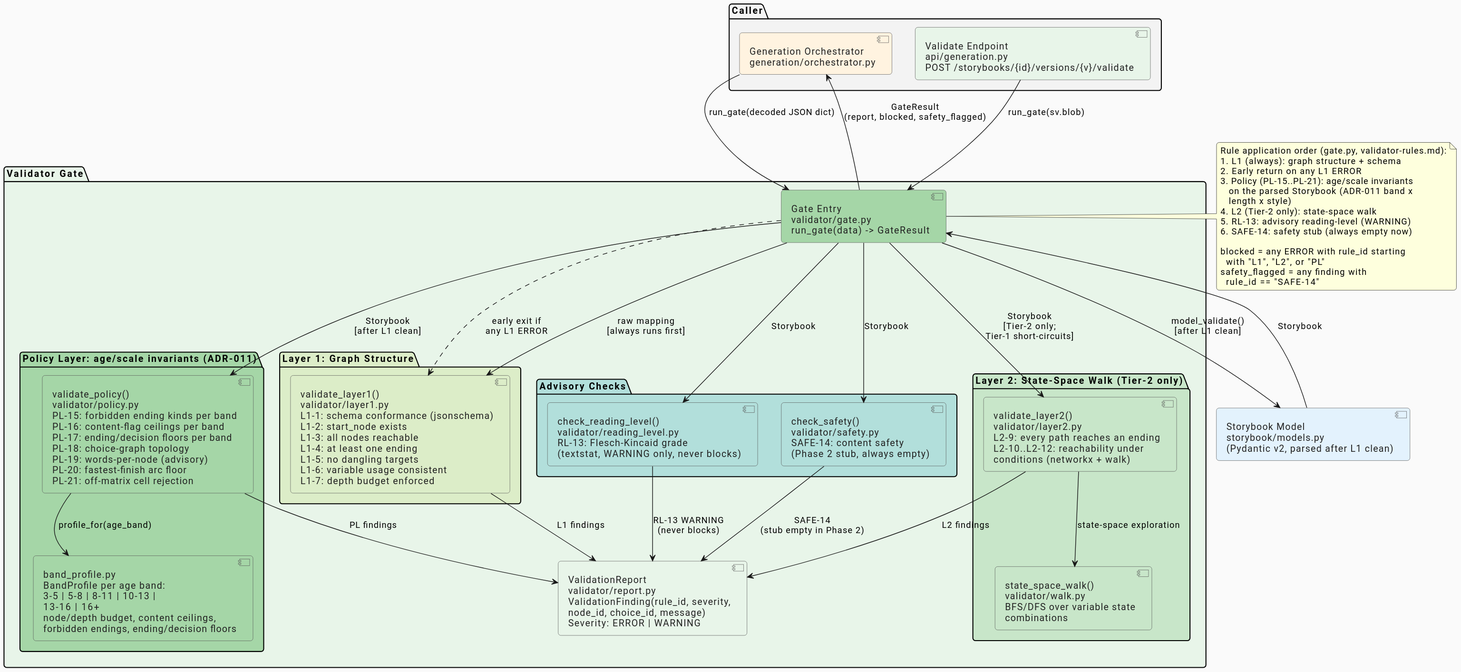
Before: docs/architecture/diagrams/component-validator.svg, a diagram exported from PlantUML (ByronWilliamsCPA/cyo-adventure).
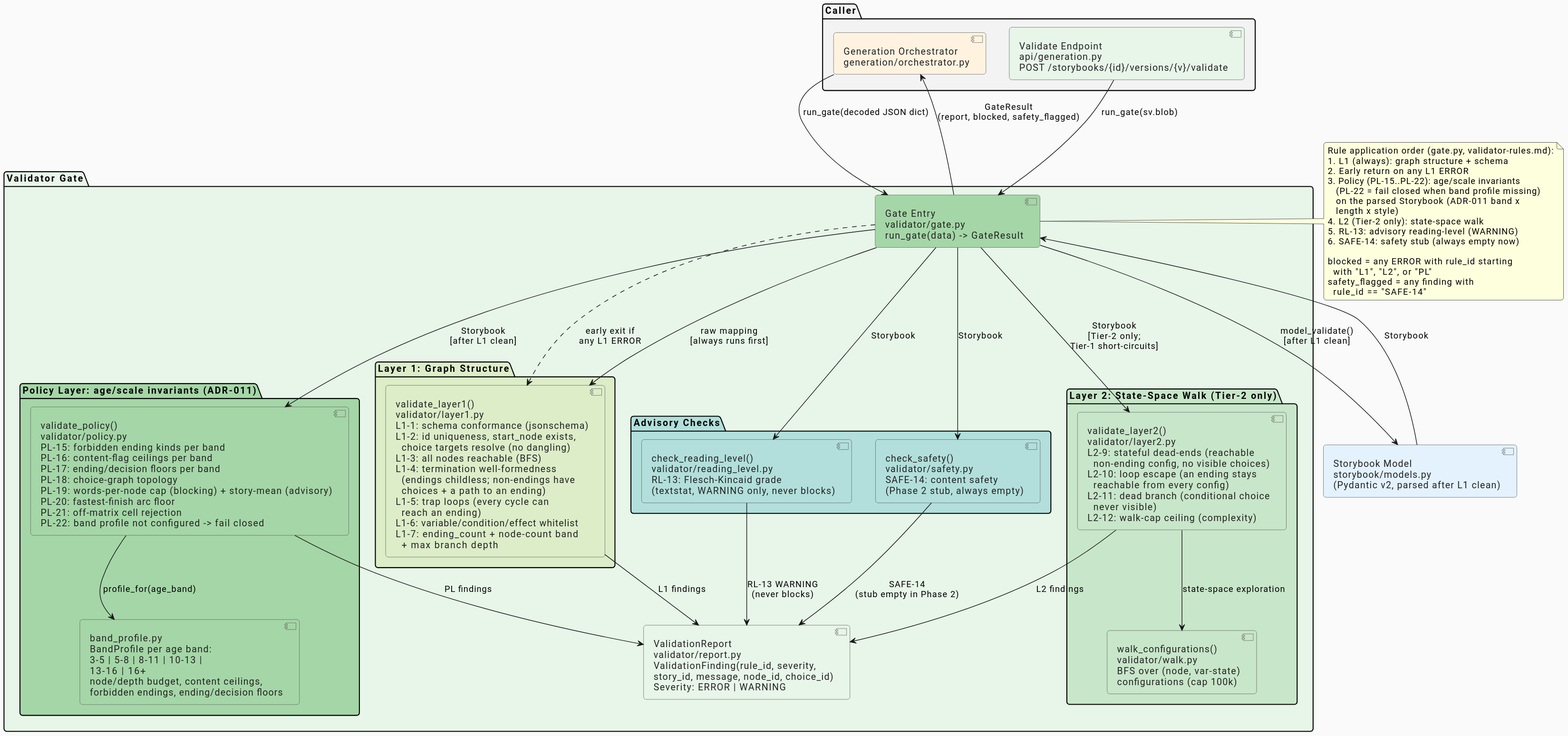
The same diagram one commit later.

The edit, as a diff of the source:
```diff
@@ -15,18 +15,18 @@
   component "Gate Entry\nvalidator/gate.py\nrun_gate(data) -> GateResult" as gate #A5D6A7
 
   package "Layer 1: Graph Structure" #DCEDC8 {
-    component "validate_layer1()\nvalidator/layer1.py\nL1-1: schema conformance (jsonschema)\nL1-2: start_node exists\nL1-3: all nodes reachable\nL1-4: at least one ending\nL1-5: no dangling targets\nL1-6: variable usage consistent\nL1-7: depth budget enforced" as layer1 #DCEDC8
+    component "validate_layer1()\nvalidator/layer1.py\nL1-1: schema conformance (jsonschema)\nL1-2: id uniqueness, start_node exists,\n  choice targets resolve (no dangling)\nL1-3: all nodes reachable (BFS)\nL1-4: termination well-formedness\n  (endings childless; non-endings have\n  choices + a path to an ending)\nL1-5: trap loops (every cycle can\n  reach an ending)\nL1-6: variable/condition/effect whitelist\nL1-7: ending_count + node-count band\n  + max branch depth" as layer1 #DCEDC8
   }
 
   package "Policy Layer: age/scale invariants (ADR-011)" #A5D6A7 {
-    component "validate_policy()\nvalidator/policy.py\nPL-15: forbidden ending kinds per band\nPL-16: content-flag ceilings per band\nPL-17: ending/decision floors per band\nPL-18: choice-graph topology\nPL-19: words-per-node (advisory)\nPL-20: fastest-finish arc floor\nPL-21: off-matrix cell rejection" as policy #A5D6A7
+    component "validate_policy()\nvalidator/policy.py\nPL-15: forbidden ending kinds per band\nPL-16: content-flag ceilings per band\nPL-17: ending/decision floors per band\nPL-18: choice-graph topology\nPL-19: words-per-node cap (blocking) + story-mean (advisory)\nPL-20: fastest-finish arc floor\nPL-21: off-matrix cell rejection\nPL-22: band profile not configured -> fail closed" as policy #A5D6A7
 
     component "band_profile.py\nBandProfile per age band:\n3-5 | 5-8 | 8-11 | 10-13 |\n13-16 | 16+\nnode/depth budget, content ceilings,\nforbidden endings, ending/decision floors" as band_profile #A5D6A7
   }
 
   package "Layer 2: State-Space Walk (Tier-2 only)" #C8E6C9 {
-    component "validate_layer2()\nvalidator/layer2.py\nL2-9: every path reaches an ending\nL2-10..L2-12: reachability under\nconditions (networkx + walk)" as layer2 #C8E6C9
-    component "state_space_walk()\nvalidator/walk.py\nBFS/DFS over variable state\ncombinations" as walk_comp #C8E6C9
+    component "validate_layer2()\nvalidator/layer2.py\nL2-9: stateful dead-ends (reachable\n  non-ending config, no visible choices)\nL2-10: loop escape (an ending stays\n  reachable from every config)\nL2-11: dead branch (conditional choice\n  never visible)\nL2-12: walk-cap ceiling (complexity)" as layer2 #C8E6C9
+    component "walk_configurations()\nvalidator/walk.py\nBFS over (node, var-state)\nconfigurations (cap 100k)" as walk_comp #C8E6C9
   }
 
   package "Advisory Checks" #B2DFDB {
@@ -35,7 +35,7 @@
     component "check_safety()\nvalidator/safety.py\nSAFE-14: content safety\n(Phase 2 stub, always empty)" as safety #B2DFDB
   }
 
-  component "ValidationReport\nvalidator/report.py\nValidationFinding(rule_id, severity,\nnode_id, choice_id, message)\nSeverity: ERROR | WARNING" as report #E8F5E9
+  component "ValidationReport\nvalidator/report.py\nValidationFinding(rule_id, severity,\nstory_id, message, node_id, choice_id)\nSeverity: ERROR | WARNING" as report #E8F5E9
 
 }
 
@@ -71,7 +71,8 @@
   Rule application order (gate.py, validator-rules.md):
   1. L1 (always): graph structure + schema
   2. Early return on any L1 ERROR
-  3. Policy (PL-15..PL-21): age/scale invariants
+  3. Policy (PL-15..PL-22): age/scale invariants
+     (PL-22 = fail closed when band profile missing)
      on the parsed Storybook (ADR-011 band x
      length x style)
   4. L2 (Tier-2 only): state-space walk
```
